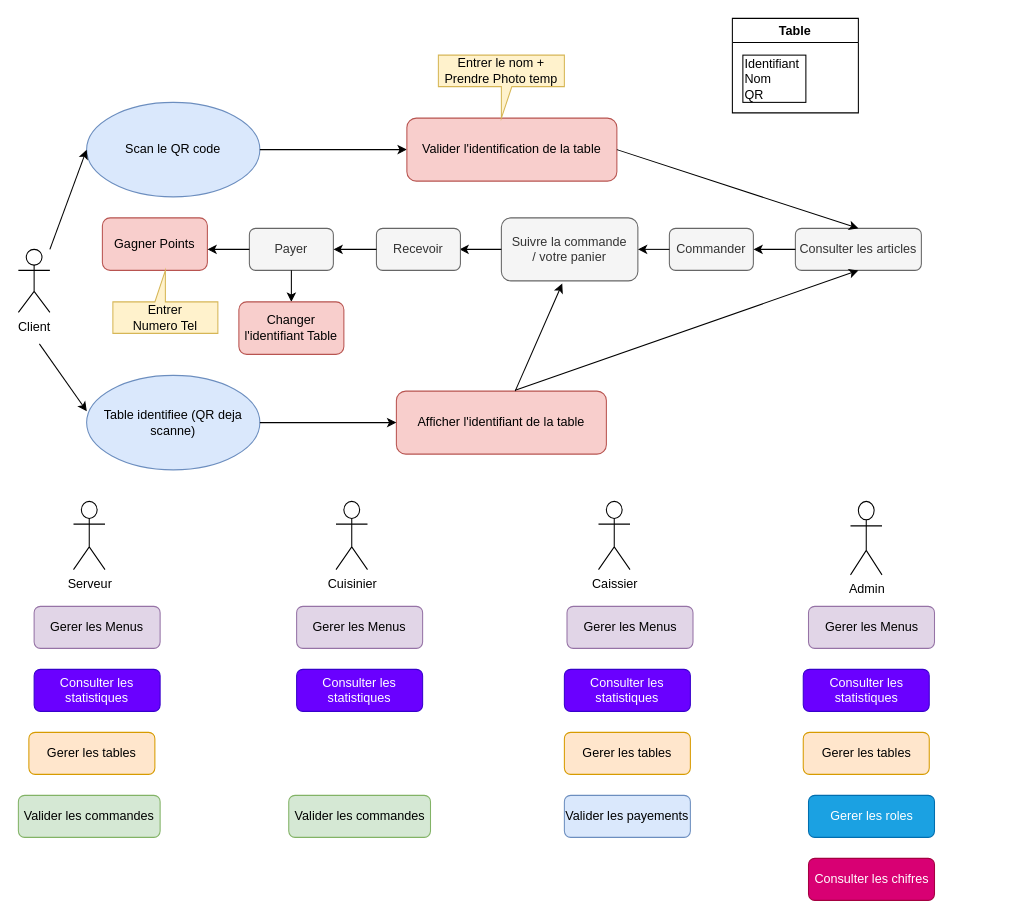
The draw.io diagram Diagramme sans nom.drawio in IsmailZi/restoAppPublic, before the edit. Source tidied: cells renumbered, new cells numbered last; positions are measured from the earlier drawing's top-left corner, leaving out a move shared by most shapes. Both pictures are drawn from the tidied source at 105%, with x=0, y=0 at pixel (18, 18).
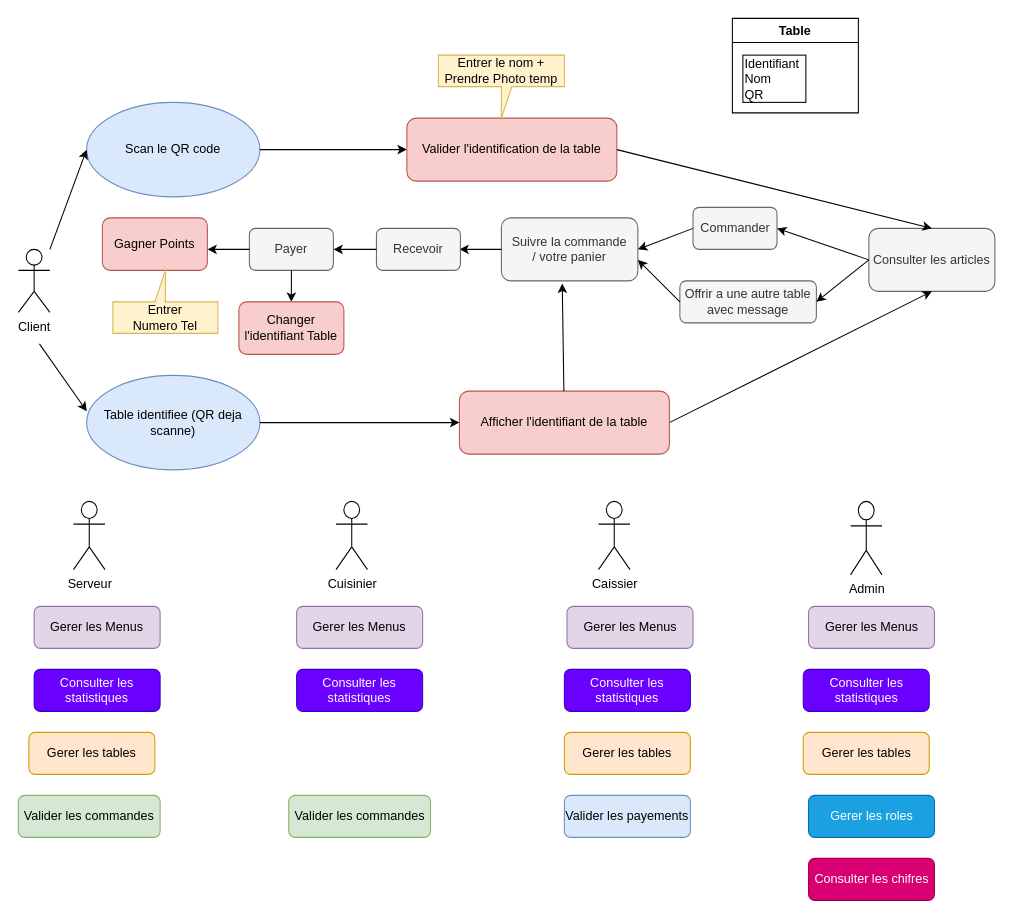
After the change.

Commit message:
Mettre à jour Diagramme sans nom.drawio

The edit, as a diff of the source:
```diff
@@
     <mxCell id="7" value="Consulter les articles" style="rounded=1;whiteSpace=wrap;html=1;fillColor=#f5f5f5;fontColor=#333333;strokeColor=#666666;" parent="1" vertex="1">
-      <mxGeometry x="740" y="200" width="120" height="40" as="geometry" />
+      <mxGeometry x="810" y="200" width="120" height="60" as="geometry" />
     </mxCell>
     <mxCell id="8" value="Commander" style="rounded=1;whiteSpace=wrap;html=1;fillColor=#f5f5f5;fontColor=#333333;strokeColor=#666666;" parent="1" vertex="1">
-      <mxGeometry x="620" y="200" width="80" height="40" as="geometry" />
+      <mxGeometry x="642.5" y="180" width="80" height="40" as="geometry" />
     </mxCell>
@@
-    <mxCell id="22" style="endArrow=classic;html=1;rounded=0;entryX=0.5;entryY=1;entryDx=0;entryDy=0;exitX=0.566;exitY=-0.013;exitDx=0;exitDy=0;exitPerimeter=0;" parent="1" edge="1" source="23" target="7">
+    <mxCell id="22" style="endArrow=classic;html=1;rounded=0;entryX=0.5;entryY=1;entryDx=0;entryDy=0;exitX=1;exitY=0.5;exitDx=0;exitDy=0;" parent="1" edge="1" source="23" target="7">
       <mxGeometry relative="1" as="geometry" />
     </mxCell>
     <mxCell id="23" value="Afficher l'identifiant de la table" style="rounded=1;whiteSpace=wrap;html=1;fillColor=#f8cecc;strokeColor=#b85450;" parent="1" vertex="1">
-      <mxGeometry x="360" y="355" width="200" height="60" as="geometry" />
+      <mxGeometry x="420" y="355" width="200" height="60" as="geometry" />
     </mxCell>
-    <mxCell id="24" style="endArrow=classic;html=1;rounded=0;exitX=0;exitY=0.5;exitDx=0;exitDy=0;" parent="1" edge="1" source="7">
-      <mxGeometry relative="1" as="geometry">
-        <mxPoint x="700" y="220" as="targetPoint" />
-      </mxGeometry>
+    <mxCell id="24" style="endArrow=classic;html=1;rounded=0;exitX=0;exitY=0.5;exitDx=0;exitDy=0;entryX=1;entryY=0.5;entryDx=0;entryDy=0;" parent="1" edge="1" source="7" target="8">
+      <mxGeometry relative="1" as="geometry" />
     </mxCell>
@@
+    <mxCell id="51" value="Offrir a une autre table avec message" style="rounded=1;whiteSpace=wrap;html=1;fillColor=#f5f5f5;fontColor=#333333;strokeColor=#666666;" parent="1" vertex="1">
+      <mxGeometry x="630" y="250" width="130" height="40" as="geometry" />
+    </mxCell>
+    <mxCell id="52" style="endArrow=classic;html=1;rounded=0;exitX=0;exitY=0.5;exitDx=0;exitDy=0;" parent="1" edge="1" source="51">
+      <mxGeometry relative="1" as="geometry">
+        <mxPoint x="590" y="230" as="targetPoint" />
+      </mxGeometry>
+    </mxCell>
+    <mxCell id="53" style="endArrow=classic;html=1;rounded=0;entryX=1;entryY=0.5;entryDx=0;entryDy=0;" parent="1" edge="1" target="51">
+      <mxGeometry relative="1" as="geometry">
+        <mxPoint x="810" y="230" as="sourcePoint" />
+      </mxGeometry>
+    </mxCell>
+    <mxCell id="54" style="edgeStyle=orthogonalEdgeStyle;rounded=0;orthogonalLoop=1;jettySize=auto;html=1;exitX=0.5;exitY=1;exitDx=0;exitDy=0;" parent="1" edge="1" source="51" target="51">
+      <mxGeometry relative="1" as="geometry" />
+    </mxCell>
```
